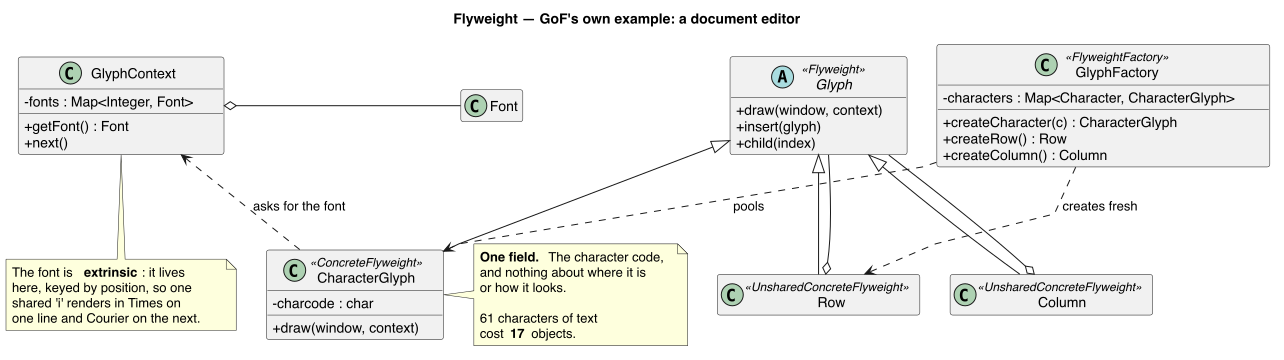
The PlantUML diagram src/main/java/dev/kaldiroglu/dp/structural/flyweight/gof/uml/Flyweight - Glyphs - Class Diagram.png in kaldiroglu/DesignPatternsWithJava, before a commit. Its source is kept beside it as src/main/java/dev/kaldiroglu/dp/structural/flyweight/gof/uml/Flyweight - Glyphs - Class Diagram.puml.
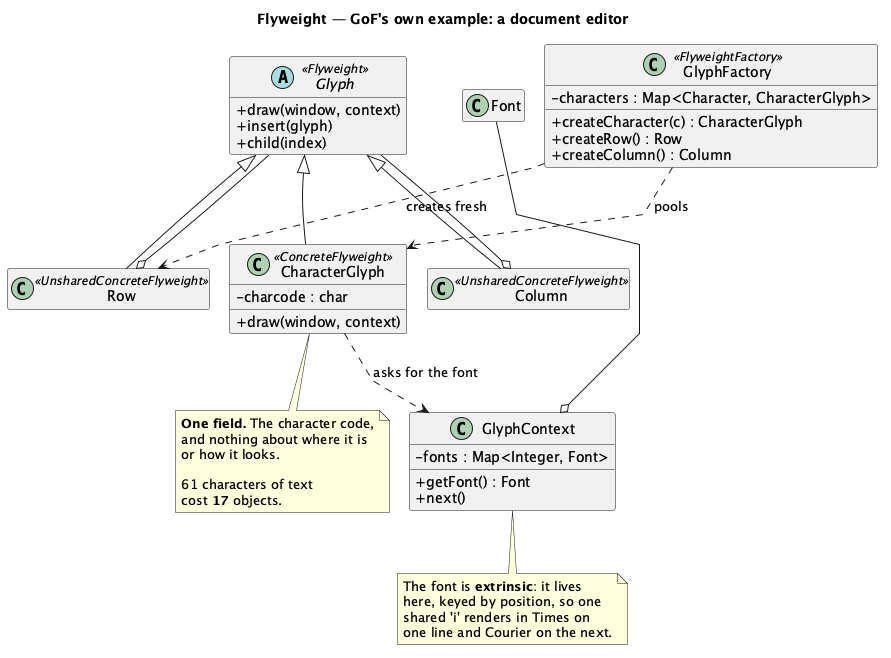
The same file after the commit.

Diff of the diagram source:
```diff
@@ -1,6 +1,6 @@
 @startuml "Flyweight - Glyphs - Class Diagram"
+skinparam nodesep 20
 skinparam linetype polyline
-skinparam nodesep 30
 skinparam classAttributeIconSize 0
 hide empty members
 title Flyweight — GoF's own example: a document editor
@@ -39,7 +39,7 @@
 Glyph <|-- Row
 Glyph <|-- Column
 
-note right of CharacterGlyph
+note bottom of CharacterGlyph
   <b>One field.</b> The character code,
   and nothing about where it is
   or how it looks.
@@ -59,6 +59,10 @@
 Column o-[norank]- Glyph
 GlyphFactory .[norank].> CharacterGlyph : "pools"
 GlyphFactory .[norank].> Row : "creates fresh"
-CharacterGlyph .[norank].> GlyphContext : "asks for the font"
+CharacterGlyph ..> GlyphContext : "asks for the font"
 GlyphContext o-[norank]- Font
+Glyph -[hidden]- CharacterGlyph
+Glyph -[hidden]- CharacterGlyph
+Row -[hidden]right- CharacterGlyph
+CharacterGlyph -[hidden]right- Column
 @enduml
```
